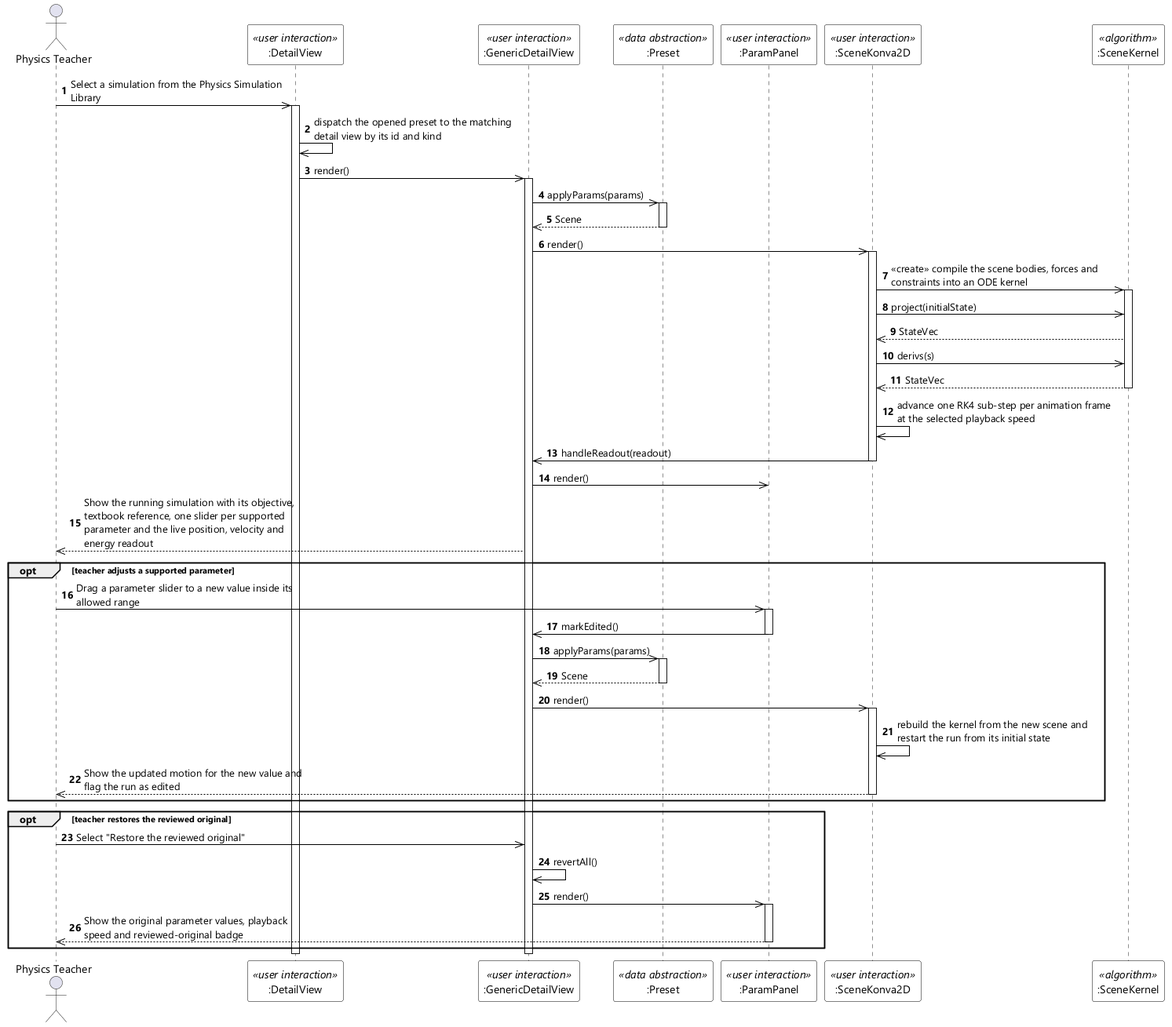
Before: designs/sds-diagrams/uc52/uc52-sequence-diagram-stereo.png, a diagram exported from PlantUML (EduA-system/EduA-system).
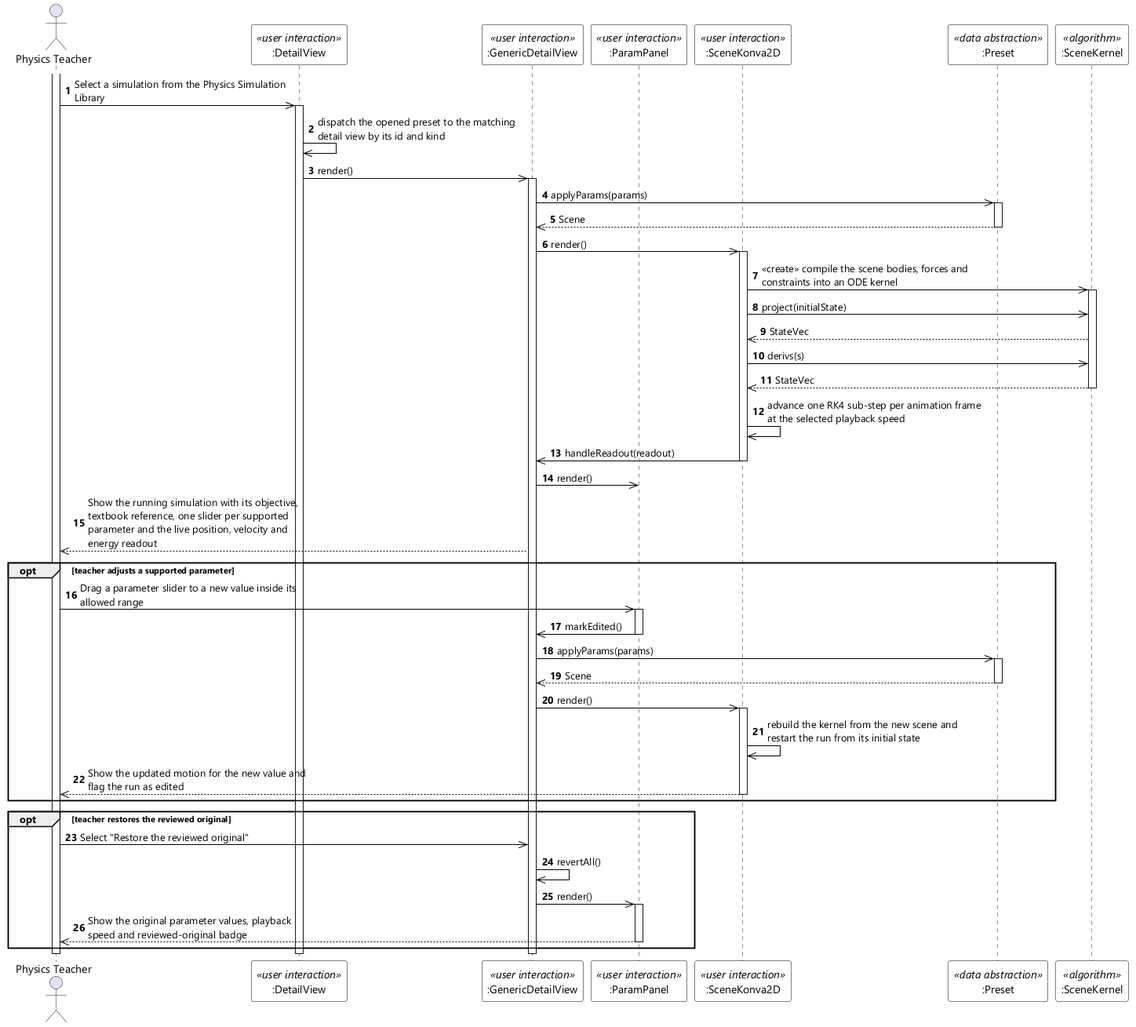
Above is the later version.

What changed in the source:
```diff
@@ -11,12 +11,13 @@
 actor "Physics Teacher" as Teacher
 participant ":DetailView" as DV <<user interaction>>
 participant ":GenericDetailView" as GDV <<user interaction>>
-participant ":Preset" as PRESET <<data abstraction>>
 participant ":ParamPanel" as PANEL <<user interaction>>
 participant ":SceneKonva2D" as CANVAS <<user interaction>>
+participant ":Preset" as PRESET <<data abstraction>>
 participant ":SceneKernel" as KERNEL <<algorithm>>
 
 autonumber
+activate Teacher
 Teacher ->> DV : Select a simulation from the Physics Simulation Library
 activate DV
 DV ->> DV : dispatch the opened preset to the matching detail view by its id and kind
@@ -67,4 +68,5 @@
 end
 deactivate GDV
 deactivate DV
+deactivate Teacher
 @enduml
```
